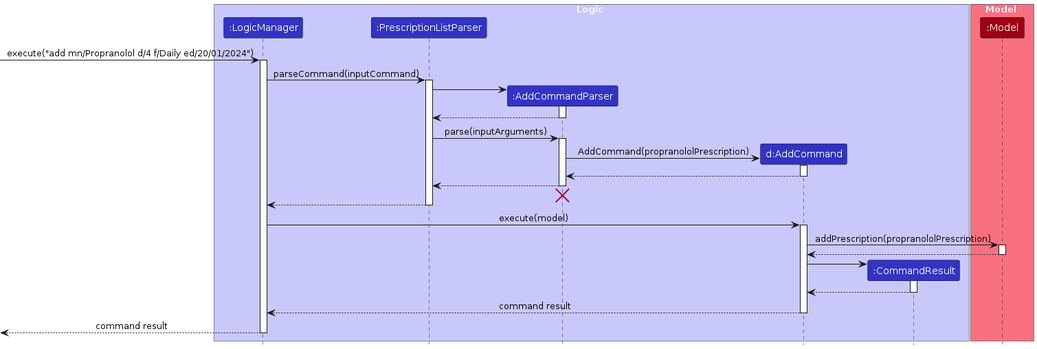
RoeReRe/tp keeps this PlantUML diagram as diagrams/AddCommandSequenceDiagram.png. Above is the earlier version. Its source is kept beside it as diagrams/AddCommandSequenceDiagram.puml. Source of this version:
```plantuml
@startuml
!include style.puml
skinparam ArrowFontStyle plain

box Logic LOGIC_COLOR_T1
participant ":LogicManager" as LogicManager LOGIC_COLOR
participant ":PrescriptionListParser" as PrescriptionListParser LOGIC_COLOR
participant ":AddCommandParser" as AddCommandParser LOGIC_COLOR
participant "d:AddCommand" as AddCommand LOGIC_COLOR
participant ":CommandResult" as CommandResult LOGIC_COLOR
end box

box Model MODEL_COLOR_T1
participant ":Model" as Model MODEL_COLOR
end box

[-> LogicManager : execute("add mn/Propranolol d/4 f/Daily ed/20/01/2024")
activate LogicManager

LogicManager -> PrescriptionListParser : parseCommand(inputCommand)
activate PrescriptionListParser

create AddCommandParser
PrescriptionListParser -> AddCommandParser
activate AddCommandParser

AddCommandParser --> PrescriptionListParser
deactivate AddCommandParser

PrescriptionListParser -> AddCommandParser : parse(inputArguments)
activate AddCommandParser

create AddCommand
AddCommandParser -> AddCommand : AddCommand(propranololPrescription)
activate AddCommand

AddCommand --> AddCommandParser
deactivate AddCommand

AddCommandParser --> PrescriptionListParser
deactivate AddCommandParser
AddCommandParser -[hidden]-> PrescriptionListParser
destroy AddCommandParser

PrescriptionListParser --> LogicManager
deactivate PrescriptionListParser

LogicManager -> AddCommand : execute(model)
activate AddCommand

AddCommand -> Model : addPrescription(propranololPrescription)
activate Model

Model --> AddCommand
deactivate Model

create CommandResult
AddCommand -> CommandResult
activate CommandResult

CommandResult --> AddCommand
deactivate CommandResult

AddCommand --> LogicManager : command result
deactivate AddCommand

[<--LogicManager : command result
deactivate LogicManager
@enduml
```
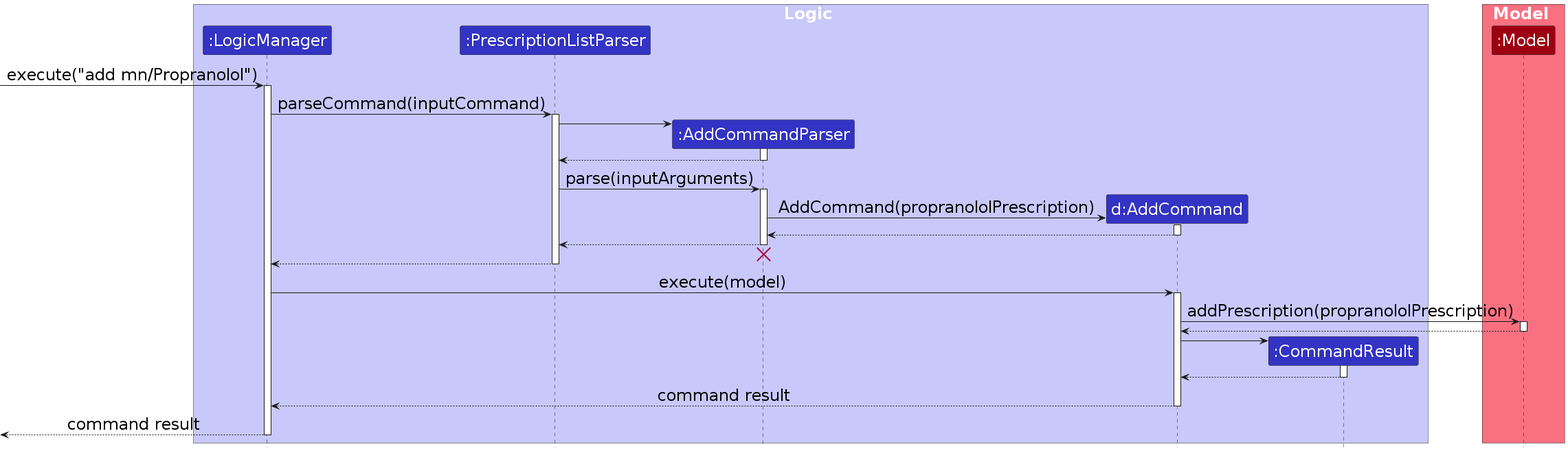
Above is the later version.

Change to the diagram source:
```diff
@@ -1,6 +1,7 @@
 @startuml
 !include style.puml
 skinparam ArrowFontStyle plain
+skinparam DefaultFontSize 24
 
 box Logic LOGIC_COLOR_T1
 participant ":LogicManager" as LogicManager LOGIC_COLOR
@@ -14,7 +15,7 @@
 participant ":Model" as Model MODEL_COLOR
 end box
 
-[-> LogicManager : execute("add mn/Propranolol d/4 f/Daily ed/20/01/2024")
+[-> LogicManager : execute("add mn/Propranolol")
 activate LogicManager
 
 LogicManager -> PrescriptionListParser : parseCommand(inputCommand)
```
